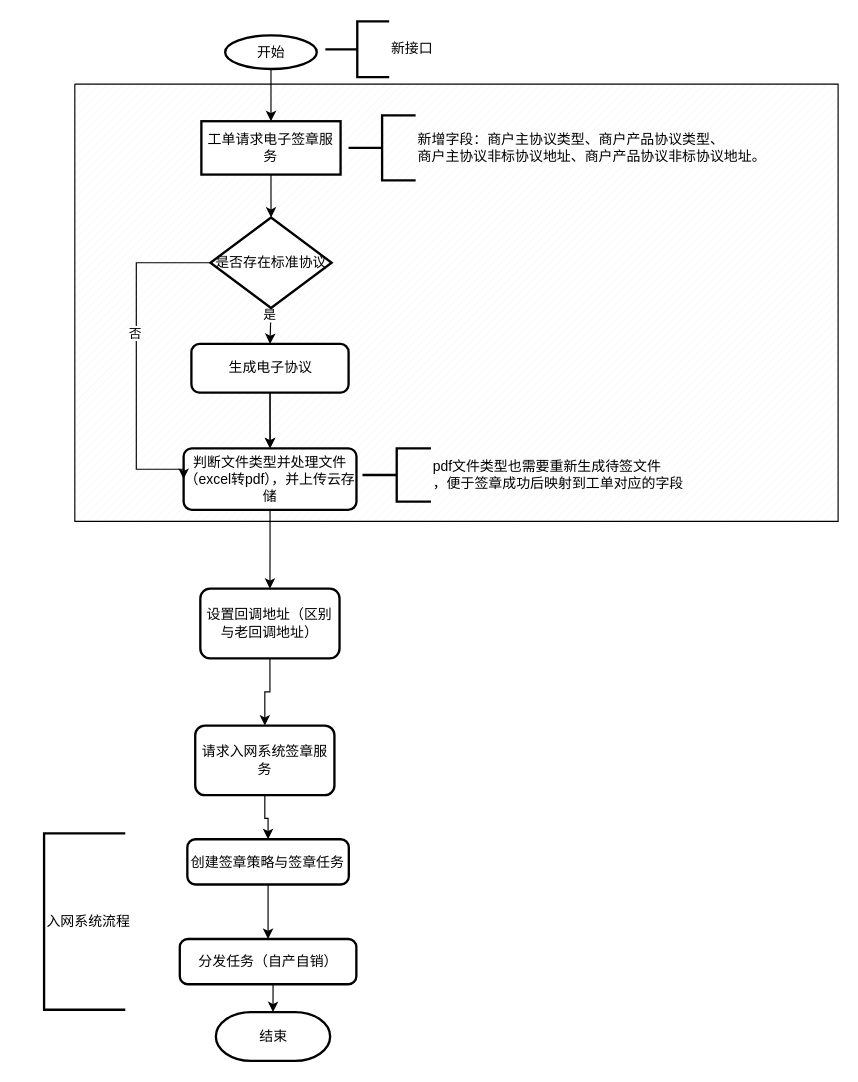
Above: page "第 1 页" (1 of 4) of 接收电子签章回调.drawio in fengyong7723131/work (draw.io), before the change. Source tidied: cells renumbered, new cells numbered last; positions are measured from the earlier drawing's top-left corner, leaving out a move shared by most shapes. Both pictures are drawn from the tidied source at 116%, with x=0, y=0 at pixel (43, 21).
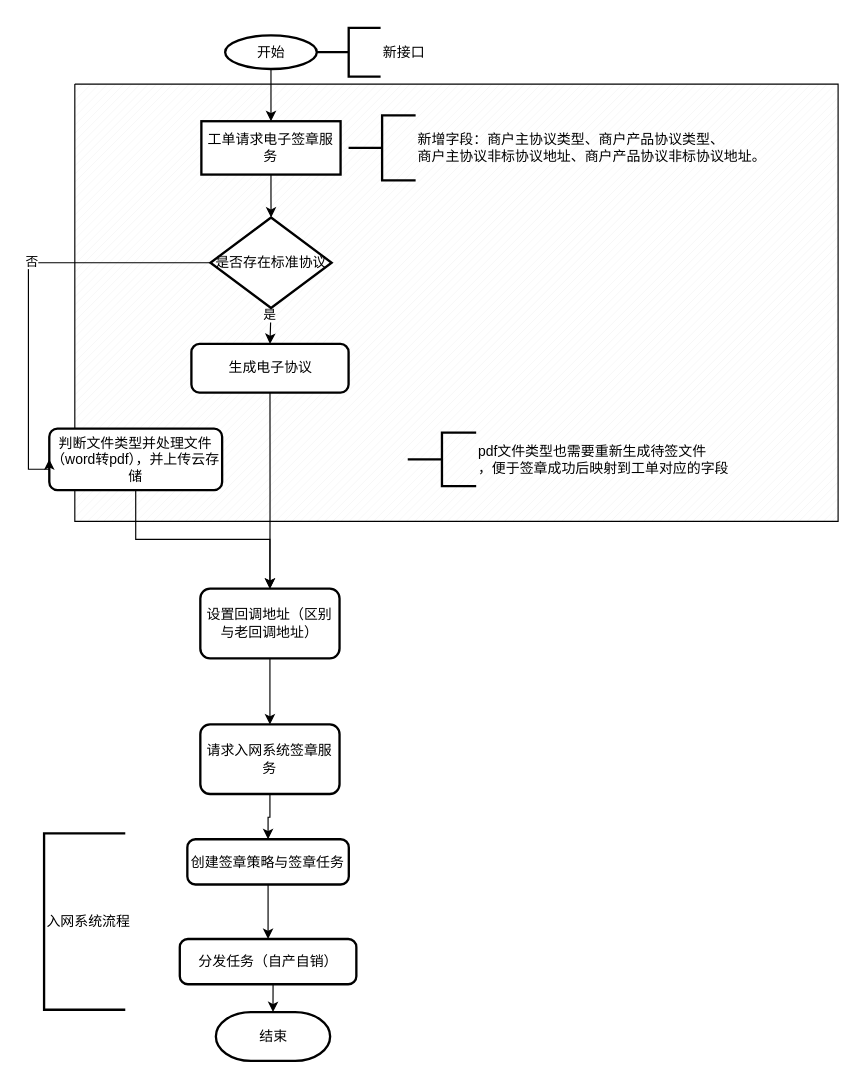
The same page after the edit.

Commit message:
更新接收电子签章回调.drawio

Unchanged cells that the change refers to:
```xml
<mxCell id="7" value="生成电子协议" style="rounded=1;whiteSpace=wrap;html=1;absoluteArcSize=1;arcSize=14;strokeWidth=2;" parent="1" vertex="1">
  <mxGeometry x="127.5" y="278" width="135.5" height="42" as="geometry" />
</mxCell>
<mxCell id="23" value="是否存在标准协议" style="rhombus;whiteSpace=wrap;html=1;strokeWidth=2;" parent="1" vertex="1">
  <mxGeometry x="143.9" y="169" width="104.5" height="78" as="geometry" />
</mxCell>
<mxCell id="29" value="设置回调地址（区别与老回调地址）" style="whiteSpace=wrap;html=1;rounded=1;strokeWidth=2;arcSize=14;" parent="1" vertex="1">
  <mxGeometry x="135.2" y="489" width="120" height="60" as="geometry" />
</mxCell>
```

The edit, as a diff of the source:
```diff
@@
-    <mxCell id="5" style="edgeStyle=orthogonalEdgeStyle;rounded=0;jettySize=auto;html=1;exitX=0.5;exitY=1;exitDx=0;exitDy=0;entryX=0.5;entryY=0;entryDx=0;entryDy=0;" parent="1" edge="1" source="7" target="14">
-      <mxGeometry relative="1" as="geometry" />
-    </mxCell>
-    <mxCell id="6" style="edgeStyle=orthogonalEdgeStyle;rounded=0;jettySize=auto;html=1;" parent="1" edge="1" source="7" target="14">
-      <mxGeometry relative="1" as="geometry" />
-    </mxCell>
+    <mxCell id="30" style="edgeStyle=orthogonalEdgeStyle;rounded=0;jettySize=auto;html=1;exitX=0.5;exitY=1;exitDx=0;exitDy=0;" parent="1" edge="1" source="7" target="29">
+      <mxGeometry relative="1" as="geometry" />
+    </mxCell>
@@
-    <mxCell id="14" value="判断文件类型并处理文件（excel转pdf），并上传云存储" style="rounded=1;whiteSpace=wrap;html=1;absoluteArcSize=1;arcSize=14;strokeWidth=2;" parent="1" vertex="1">
-      <mxGeometry x="120.8" y="368" width="149" height="53" as="geometry" />
+    <mxCell id="14" value="判断文件类型并处理文件（word转pdf），并上传云存储" style="rounded=1;whiteSpace=wrap;html=1;absoluteArcSize=1;arcSize=14;strokeWidth=2;" parent="1" vertex="1">
+      <mxGeometry x="5" y="351" width="149" height="53" as="geometry" />
     </mxCell>
@@
     <mxCell id="21" style="edgeStyle=orthogonalEdgeStyle;rounded=0;jettySize=auto;html=1;exitX=0;exitY=0.5;exitDx=0;exitDy=0;entryX=0;entryY=0.5;entryDx=0;entryDy=0;" parent="1" edge="1" source="23" target="14">
       <mxGeometry relative="1" as="geometry">
         <Array as="points">
-          <mxPoint x="80" y="208" />
-          <mxPoint x="80" y="386" />
+          <mxPoint x="-13" y="208" />
+          <mxPoint x="-13" y="386" />
+          <mxPoint x="5" y="386" />
         </Array>
       </mxGeometry>
     </mxCell>
@@
     <mxCell id="25" value="&lt;span&gt;请求入网系统签章服务&lt;/span&gt;" style="whiteSpace=wrap;html=1;rounded=1;strokeWidth=2;arcSize=14;" parent="1" vertex="1">
-      <mxGeometry x="130.8" y="607" width="120" height="60" as="geometry" />
+      <mxGeometry x="135.2" y="606" width="120" height="60" as="geometry" />
     </mxCell>
     <mxCell id="26" value="pdf文件类型也需要重新生成待签文件&lt;br&gt;，便于签章成功后映射到工单对应的字段" style="strokeWidth=2;html=1;shape=mxgraph.flowchart.annotation_2;align=left;labelPosition=right;" parent="1" vertex="1">
-      <mxGeometry x="275" y="368" width="59" height="46" as="geometry" />
+      <mxGeometry x="314" y="354.5" width="59" height="46" as="geometry" />
     </mxCell>
-    <mxCell id="27" value="新接口" style="strokeWidth=2;html=1;shape=mxgraph.flowchart.annotation_2;align=left;labelPosition=right;" parent="1" vertex="1">
-      <mxGeometry x="243" width="55" height="48" as="geometry" />
-    </mxCell>
@@
+    <mxCell id="27" value="新接口" style="strokeWidth=2;html=1;shape=mxgraph.flowchart.annotation_2;align=left;labelPosition=right;" parent="1" vertex="1">
+      <mxGeometry x="235.6" y="5.5" width="55" height="42" as="geometry" />
+    </mxCell>
```
